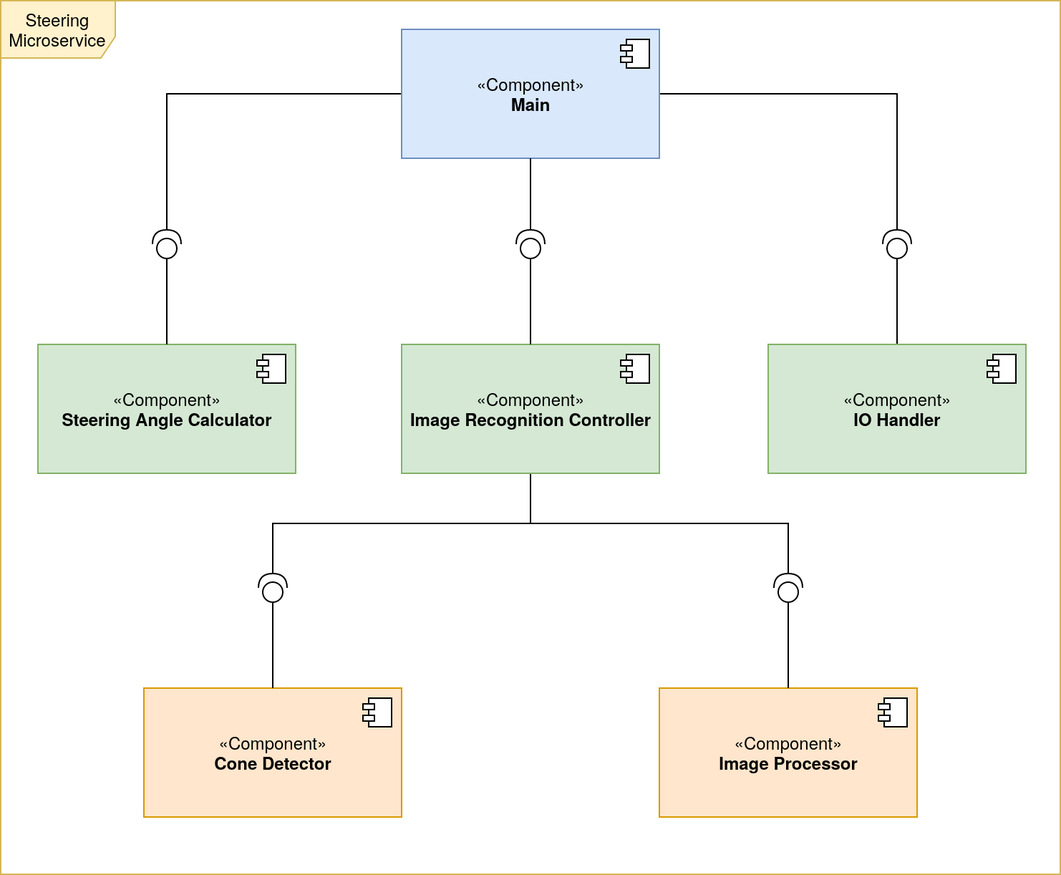
Earlier version of the draw.io export diagrams/component-diagram.png (eemilj/steering-microservice). Source tidied: cells renumbered, new cells last; positions are measured from the earlier drawing's top-left corner, leaving out a move shared by most shapes.
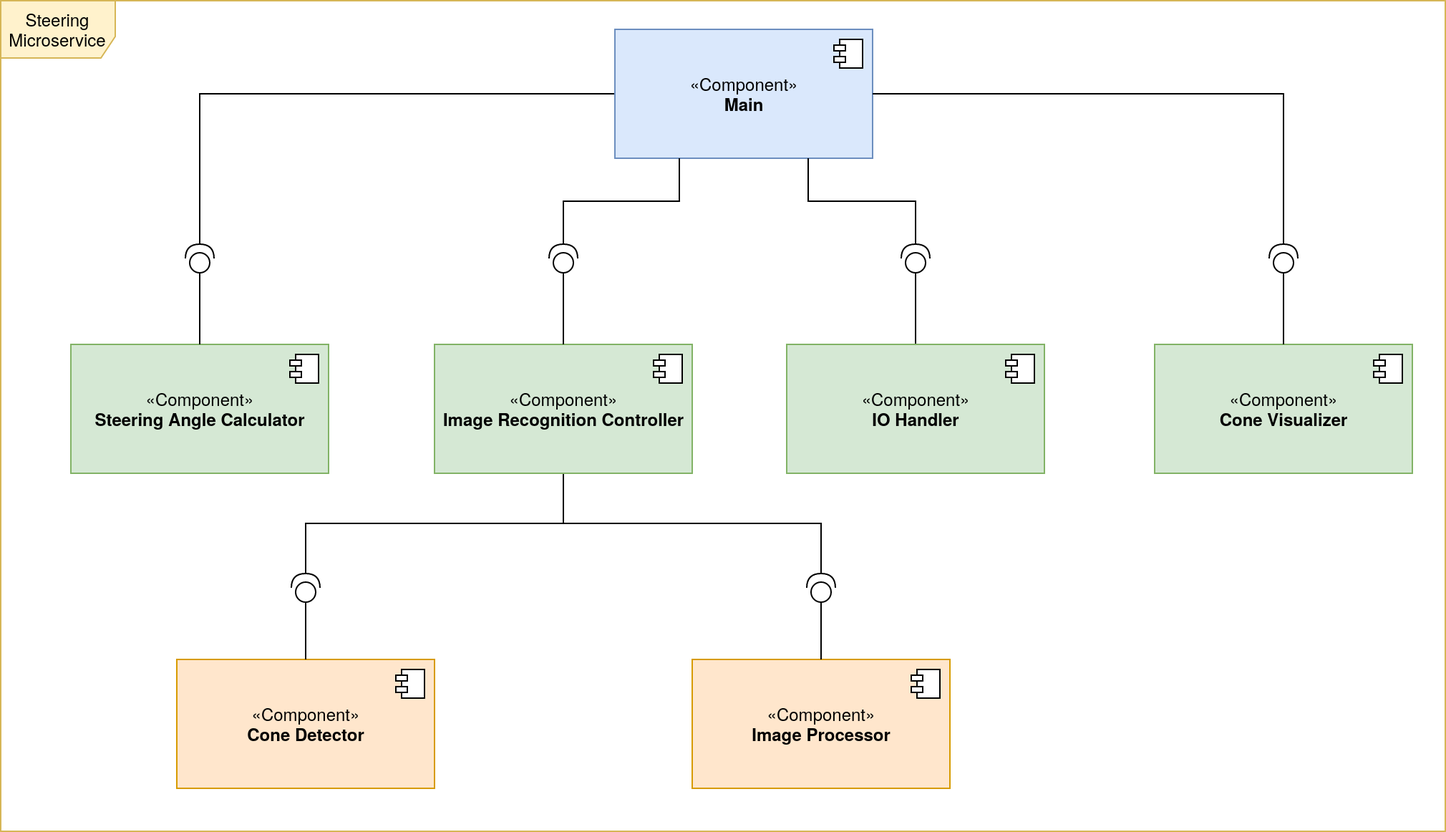
After the change.

Commit message:
#11 Update component diagram to include Cone Visualizer

Diff of the diagram source:
```diff
@@ -2,101 +2,118 @@
   <root>
     <mxCell id="0" />
     <mxCell id="1" parent="0" />
-    <mxCell id="2" style="edgeStyle=orthogonalEdgeStyle;rounded=0;jettySize=auto;html=1;exitX=0;exitY=0.5;exitDx=0;exitDy=0;entryX=1;entryY=0.5;entryDx=0;entryDy=0;entryPerimeter=0;endArrow=none;endFill=0;strokeColor=#000000;" parent="1" edge="1" source="4" target="19">
-      <mxGeometry relative="1" as="geometry" />
-    </mxCell>
-    <mxCell id="3" style="edgeStyle=orthogonalEdgeStyle;rounded=0;jettySize=auto;html=1;exitX=1;exitY=0.5;exitDx=0;exitDy=0;entryX=1;entryY=0.5;entryDx=0;entryDy=0;entryPerimeter=0;endArrow=none;endFill=0;strokeColor=#000000;" parent="1" edge="1" source="4" target="21">
-      <mxGeometry relative="1" as="geometry" />
-    </mxCell>
+    <mxCell id="30" style="edgeStyle=orthogonalEdgeStyle;rounded=0;jettySize=auto;html=1;exitX=0;exitY=0.5;exitDx=0;exitDy=0;entryX=1;entryY=0.5;entryDx=0;entryDy=0;entryPerimeter=0;endArrow=none;endFill=0;strokeColor=#000000;" parent="1" edge="1" source="4" target="40">
+      <mxGeometry relative="1" as="geometry" />
+    </mxCell>
     <mxCell id="4" value="«Component»&lt;br&gt;&lt;b&gt;Main&lt;/b&gt;" style="html=1;fillColor=#dae8fc;strokeColor=#6c8ebf;" parent="1" vertex="1">
-      <mxGeometry x="280" y="20" width="180" height="90" as="geometry" />
+      <mxGeometry x="429" y="720" width="180" height="90" as="geometry" />
     </mxCell>
-    <mxCell id="5" style="shape=module;jettyWidth=8;jettyHeight=4;" parent="4" vertex="1">
-      <mxGeometry x="1" width="20" height="20" relative="1" as="geometry">
-        <mxPoint x="-27" y="7" as="offset" />
-      </mxGeometry>
-    </mxCell>
+    <mxCell id="31" style="shape=module;jettyWidth=8;jettyHeight=4;" parent="4" vertex="1">
+      <mxGeometry x="1" width="20" height="20" relative="1" as="geometry">
+        <mxPoint x="-27" y="7" as="offset" />
+      </mxGeometry>
+    </mxCell>
     <mxCell id="6" value="«Component»&lt;br&gt;&lt;b&gt;Image Processor&lt;br&gt;&lt;/b&gt;" style="html=1;fillColor=#ffe6cc;strokeColor=#d79b00;" parent="1" vertex="1">
-      <mxGeometry x="460" y="480" width="180" height="90" as="geometry" />
+      <mxGeometry x="483" y="1160" width="180" height="90" as="geometry" />
     </mxCell>
-    <mxCell id="7" style="shape=module;jettyWidth=8;jettyHeight=4;" parent="6" vertex="1">
-      <mxGeometry x="1" width="20" height="20" relative="1" as="geometry">
-        <mxPoint x="-27" y="7" as="offset" />
-      </mxGeometry>
-    </mxCell>
+    <mxCell id="32" style="shape=module;jettyWidth=8;jettyHeight=4;" parent="6" vertex="1">
+      <mxGeometry x="1" width="20" height="20" relative="1" as="geometry">
+        <mxPoint x="-27" y="7" as="offset" />
+      </mxGeometry>
+    </mxCell>
     <mxCell id="8" value="«Component»&lt;br&gt;&lt;b&gt;Steering Angle Calculator&lt;br&gt;&lt;/b&gt;" style="html=1;fillColor=#d5e8d4;strokeColor=#82b366;" parent="1" vertex="1">
-      <mxGeometry x="26" y="240" width="180" height="90" as="geometry" />
+      <mxGeometry x="49" y="940" width="180" height="90" as="geometry" />
     </mxCell>
-    <mxCell id="9" style="shape=module;jettyWidth=8;jettyHeight=4;" parent="8" vertex="1">
-      <mxGeometry x="1" width="20" height="20" relative="1" as="geometry">
-        <mxPoint x="-27" y="7" as="offset" />
-      </mxGeometry>
-    </mxCell>
-    <mxCell id="10" style="edgeStyle=orthogonalEdgeStyle;rounded=0;jettySize=auto;html=1;exitX=0.5;exitY=1;exitDx=0;exitDy=0;entryX=1;entryY=0.5;entryDx=0;entryDy=0;entryPerimeter=0;endArrow=none;endFill=0;" parent="1" edge="1" source="12" target="23">
-      <mxGeometry relative="1" as="geometry" />
-    </mxCell>
-    <mxCell id="11" style="edgeStyle=orthogonalEdgeStyle;rounded=0;jettySize=auto;html=1;exitX=0.5;exitY=1;exitDx=0;exitDy=0;entryX=1;entryY=0.5;entryDx=0;entryDy=0;entryPerimeter=0;endArrow=none;endFill=0;strokeColor=#000000;" parent="1" edge="1" source="12" target="22">
-      <mxGeometry relative="1" as="geometry" />
-    </mxCell>
+    <mxCell id="33" style="shape=module;jettyWidth=8;jettyHeight=4;" parent="8" vertex="1">
+      <mxGeometry x="1" width="20" height="20" relative="1" as="geometry">
+        <mxPoint x="-27" y="7" as="offset" />
+      </mxGeometry>
+    </mxCell>
+    <mxCell id="34" style="edgeStyle=orthogonalEdgeStyle;rounded=0;jettySize=auto;html=1;exitX=0.5;exitY=1;exitDx=0;exitDy=0;entryX=1;entryY=0.5;entryDx=0;entryDy=0;entryPerimeter=0;endArrow=none;endFill=0;" parent="1" edge="1" source="12" target="46">
+      <mxGeometry relative="1" as="geometry" />
+    </mxCell>
+    <mxCell id="35" style="edgeStyle=orthogonalEdgeStyle;rounded=0;jettySize=auto;html=1;exitX=0.5;exitY=1;exitDx=0;exitDy=0;entryX=1;entryY=0.5;entryDx=0;entryDy=0;entryPerimeter=0;endArrow=none;endFill=0;strokeColor=#000000;" parent="1" edge="1" source="12" target="45">
+      <mxGeometry relative="1" as="geometry" />
+    </mxCell>
     <mxCell id="12" value="«Component»&lt;br&gt;&lt;b&gt;Image Recognition Controller&lt;br&gt;&lt;/b&gt;" style="html=1;fillColor=#d5e8d4;strokeColor=#82b366;" parent="1" vertex="1">
-      <mxGeometry x="280" y="240" width="180" height="90" as="geometry" />
+      <mxGeometry x="303" y="940" width="180" height="90" as="geometry" />
     </mxCell>
-    <mxCell id="13" style="shape=module;jettyWidth=8;jettyHeight=4;" parent="12" vertex="1">
-      <mxGeometry x="1" width="20" height="20" relative="1" as="geometry">
-        <mxPoint x="-27" y="7" as="offset" />
-      </mxGeometry>
-    </mxCell>
-    <mxCell id="14" style="rounded=0;jettySize=auto;html=1;exitX=0.5;exitY=0;exitDx=0;exitDy=0;entryX=0;entryY=0.5;entryDx=0;entryDy=0;entryPerimeter=0;endArrow=none;endFill=0;strokeColor=#000000;" parent="1" edge="1" source="15" target="21">
-      <mxGeometry relative="1" as="geometry" />
-    </mxCell>
+    <mxCell id="36" style="shape=module;jettyWidth=8;jettyHeight=4;" parent="12" vertex="1">
+      <mxGeometry x="1" width="20" height="20" relative="1" as="geometry">
+        <mxPoint x="-27" y="7" as="offset" />
+      </mxGeometry>
+    </mxCell>
+    <mxCell id="37" style="rounded=0;jettySize=auto;html=1;exitX=0.5;exitY=0;exitDx=0;exitDy=0;entryX=0;entryY=0.5;entryDx=0;entryDy=0;entryPerimeter=0;endArrow=none;endFill=0;strokeColor=#000000;" parent="1" edge="1" source="15" target="44">
+      <mxGeometry relative="1" as="geometry" />
+    </mxCell>
     <mxCell id="15" value="«Component»&lt;br&gt;&lt;b&gt;IO Handler&lt;br&gt;&lt;/b&gt;" style="html=1;fillColor=#d5e8d4;strokeColor=#82b366;" parent="1" vertex="1">
-      <mxGeometry x="536" y="240" width="180" height="90" as="geometry" />
+      <mxGeometry x="549" y="940" width="180" height="90" as="geometry" />
     </mxCell>
-    <mxCell id="16" style="shape=module;jettyWidth=8;jettyHeight=4;" parent="15" vertex="1">
-      <mxGeometry x="1" width="20" height="20" relative="1" as="geometry">
-        <mxPoint x="-27" y="7" as="offset" />
-      </mxGeometry>
-    </mxCell>
+    <mxCell id="38" style="shape=module;jettyWidth=8;jettyHeight=4;" parent="15" vertex="1">
+      <mxGeometry x="1" width="20" height="20" relative="1" as="geometry">
+        <mxPoint x="-27" y="7" as="offset" />
+      </mxGeometry>
+    </mxCell>
     <mxCell id="17" value="«Component»&lt;br&gt;&lt;b&gt;Cone Detector&lt;/b&gt;" style="html=1;fillColor=#ffe6cc;strokeColor=#d79b00;" parent="1" vertex="1">
-      <mxGeometry x="100" y="480" width="180" height="90" as="geometry" />
+      <mxGeometry x="123" y="1160" width="180" height="90" as="geometry" />
     </mxCell>
-    <mxCell id="18" style="shape=module;jettyWidth=8;jettyHeight=4;" parent="17" vertex="1">
-      <mxGeometry x="1" width="20" height="20" relative="1" as="geometry">
-        <mxPoint x="-27" y="7" as="offset" />
-      </mxGeometry>
-    </mxCell>
-    <mxCell id="19" style="shape=providedRequiredInterface;html=1;verticalLabelPosition=bottom;rotation=-90;" parent="1" vertex="1">
-      <mxGeometry x="106" y="160" width="20" height="20" as="geometry" />
-    </mxCell>
-    <mxCell id="20" style="shape=providedRequiredInterface;html=1;verticalLabelPosition=bottom;rotation=-90;" parent="1" vertex="1">
-      <mxGeometry x="360" y="160" width="20" height="20" as="geometry" />
-    </mxCell>
-    <mxCell id="21" style="shape=providedRequiredInterface;html=1;verticalLabelPosition=bottom;rotation=-90;" parent="1" vertex="1">
-      <mxGeometry x="616" y="160" width="20" height="20" as="geometry" />
-    </mxCell>
-    <mxCell id="22" style="shape=providedRequiredInterface;html=1;verticalLabelPosition=bottom;rotation=-90;" parent="1" vertex="1">
-      <mxGeometry x="540" y="400" width="20" height="20" as="geometry" />
-    </mxCell>
-    <mxCell id="23" style="shape=providedRequiredInterface;html=1;verticalLabelPosition=bottom;rotation=-90;" parent="1" vertex="1">
-      <mxGeometry x="180" y="400" width="20" height="20" as="geometry" />
-    </mxCell>
-    <mxCell id="24" style="endArrow=none;html=1;entryX=0;entryY=0.5;entryDx=0;entryDy=0;entryPerimeter=0;exitX=0.5;exitY=0;exitDx=0;exitDy=0;" parent="1" edge="1" source="17" target="23">
-      <mxGeometry relative="1" as="geometry" />
-    </mxCell>
-    <mxCell id="25" style="endArrow=none;html=1;entryX=0;entryY=0.5;entryDx=0;entryDy=0;entryPerimeter=0;exitX=0.5;exitY=0;exitDx=0;exitDy=0;" parent="1" edge="1" source="6" target="22">
-      <mxGeometry relative="1" as="geometry" />
-    </mxCell>
-    <mxCell id="26" style="endArrow=none;html=1;exitX=0.5;exitY=0;exitDx=0;exitDy=0;entryX=0;entryY=0.5;entryDx=0;entryDy=0;entryPerimeter=0;" parent="1" edge="1" source="12" target="20">
-      <mxGeometry relative="1" as="geometry" />
-    </mxCell>
-    <mxCell id="27" style="endArrow=none;html=1;exitX=1;exitY=0.5;exitDx=0;exitDy=0;entryX=0.5;entryY=1;entryDx=0;entryDy=0;exitPerimeter=0;" parent="1" edge="1" source="20" target="4">
-      <mxGeometry relative="1" as="geometry" />
-    </mxCell>
-    <mxCell id="28" style="endArrow=none;html=1;exitX=0.5;exitY=0;exitDx=0;exitDy=0;entryX=0;entryY=0.5;entryDx=0;entryDy=0;entryPerimeter=0;" parent="1" edge="1" source="8" target="19">
-      <mxGeometry relative="1" as="geometry" />
-    </mxCell>
+    <mxCell id="39" style="shape=module;jettyWidth=8;jettyHeight=4;" parent="17" vertex="1">
+      <mxGeometry x="1" width="20" height="20" relative="1" as="geometry">
+        <mxPoint x="-27" y="7" as="offset" />
+      </mxGeometry>
+    </mxCell>
+    <mxCell id="40" style="shape=providedRequiredInterface;html=1;verticalLabelPosition=bottom;rotation=-90;" parent="1" vertex="1">
+      <mxGeometry x="129" y="870" width="20" height="20" as="geometry" />
+    </mxCell>
+    <mxCell id="41" style="edgeStyle=orthogonalEdgeStyle;rounded=0;jettySize=auto;html=1;exitX=1;exitY=0.5;exitDx=0;exitDy=0;exitPerimeter=0;entryX=0.25;entryY=1;entryDx=0;entryDy=0;endArrow=none;endFill=0;strokeColor=#000000;" parent="1" edge="1" source="42" target="4">
+      <mxGeometry relative="1" as="geometry" />
+    </mxCell>
+    <mxCell id="42" style="shape=providedRequiredInterface;html=1;verticalLabelPosition=bottom;rotation=-90;" parent="1" vertex="1">
+      <mxGeometry x="383" y="870" width="20" height="20" as="geometry" />
+    </mxCell>
+    <mxCell id="43" style="edgeStyle=orthogonalEdgeStyle;rounded=0;jettySize=auto;html=1;exitX=1;exitY=0.5;exitDx=0;exitDy=0;exitPerimeter=0;entryX=0.75;entryY=1;entryDx=0;entryDy=0;endArrow=none;endFill=0;strokeColor=#000000;" parent="1" edge="1" source="44" target="4">
+      <mxGeometry relative="1" as="geometry" />
+    </mxCell>
+    <mxCell id="44" style="shape=providedRequiredInterface;html=1;verticalLabelPosition=bottom;rotation=-90;" parent="1" vertex="1">
+      <mxGeometry x="629" y="870" width="20" height="20" as="geometry" />
+    </mxCell>
+    <mxCell id="45" style="shape=providedRequiredInterface;html=1;verticalLabelPosition=bottom;rotation=-90;" parent="1" vertex="1">
+      <mxGeometry x="563" y="1100" width="20" height="20" as="geometry" />
+    </mxCell>
+    <mxCell id="46" style="shape=providedRequiredInterface;html=1;verticalLabelPosition=bottom;rotation=-90;" parent="1" vertex="1">
+      <mxGeometry x="203" y="1100" width="20" height="20" as="geometry" />
+    </mxCell>
+    <mxCell id="47" style="endArrow=none;html=1;entryX=0;entryY=0.5;entryDx=0;entryDy=0;entryPerimeter=0;exitX=0.5;exitY=0;exitDx=0;exitDy=0;" parent="1" edge="1" source="17" target="46">
+      <mxGeometry relative="1" as="geometry" />
+    </mxCell>
+    <mxCell id="48" style="endArrow=none;html=1;entryX=0;entryY=0.5;entryDx=0;entryDy=0;entryPerimeter=0;exitX=0.5;exitY=0;exitDx=0;exitDy=0;" parent="1" edge="1" source="6" target="45">
+      <mxGeometry relative="1" as="geometry" />
+    </mxCell>
+    <mxCell id="49" style="endArrow=none;html=1;exitX=0.5;exitY=0;exitDx=0;exitDy=0;entryX=0;entryY=0.5;entryDx=0;entryDy=0;entryPerimeter=0;" parent="1" edge="1" source="12" target="42">
+      <mxGeometry relative="1" as="geometry" />
+    </mxCell>
+    <mxCell id="50" style="endArrow=none;html=1;exitX=0.5;exitY=0;exitDx=0;exitDy=0;entryX=0;entryY=0.5;entryDx=0;entryDy=0;entryPerimeter=0;" parent="1" edge="1" source="8" target="40">
+      <mxGeometry relative="1" as="geometry" />
+    </mxCell>
     <mxCell id="29" value="Steering Microservice" style="shape=umlFrame;whiteSpace=wrap;html=1;width=80;height=40;fillColor=#fff2cc;shadow=0;sketch=0;strokeColor=#d6b656;" parent="1" vertex="1">
-      <mxGeometry width="740" height="610" as="geometry" />
+      <mxGeometry y="700" width="1009" height="580" as="geometry" />
     </mxCell>
+    <mxCell id="51" value="«Component»&lt;br&gt;&lt;b&gt;Cone Visualizer&lt;br&gt;&lt;/b&gt;" style="html=1;fillColor=#d5e8d4;strokeColor=#82b366;" parent="1" vertex="1">
+      <mxGeometry x="806" y="940" width="180" height="90" as="geometry" />
+    </mxCell>
+    <mxCell id="52" style="shape=module;jettyWidth=8;jettyHeight=4;" parent="51" vertex="1">
+      <mxGeometry x="1" width="20" height="20" relative="1" as="geometry">
+        <mxPoint x="-27" y="7" as="offset" />
+      </mxGeometry>
+    </mxCell>
+    <mxCell id="53" style="edgeStyle=none;rounded=0;jettySize=auto;html=1;exitX=0;exitY=0.5;exitDx=0;exitDy=0;exitPerimeter=0;entryX=0.5;entryY=0;entryDx=0;entryDy=0;endArrow=none;endFill=0;strokeColor=#000000;" parent="1" edge="1" source="55" target="51">
+      <mxGeometry relative="1" as="geometry" />
+    </mxCell>
+    <mxCell id="54" style="edgeStyle=orthogonalEdgeStyle;rounded=0;jettySize=auto;html=1;exitX=1;exitY=0.5;exitDx=0;exitDy=0;exitPerimeter=0;entryX=1;entryY=0.5;entryDx=0;entryDy=0;endArrow=none;endFill=0;strokeColor=#000000;" parent="1" edge="1" source="55" target="4">
+      <mxGeometry relative="1" as="geometry" />
+    </mxCell>
+    <mxCell id="55" style="shape=providedRequiredInterface;html=1;verticalLabelPosition=bottom;rotation=-90;" parent="1" vertex="1">
+      <mxGeometry x="886" y="870" width="20" height="20" as="geometry" />
+    </mxCell>
   </root>
 </mxGraphModel>
```
